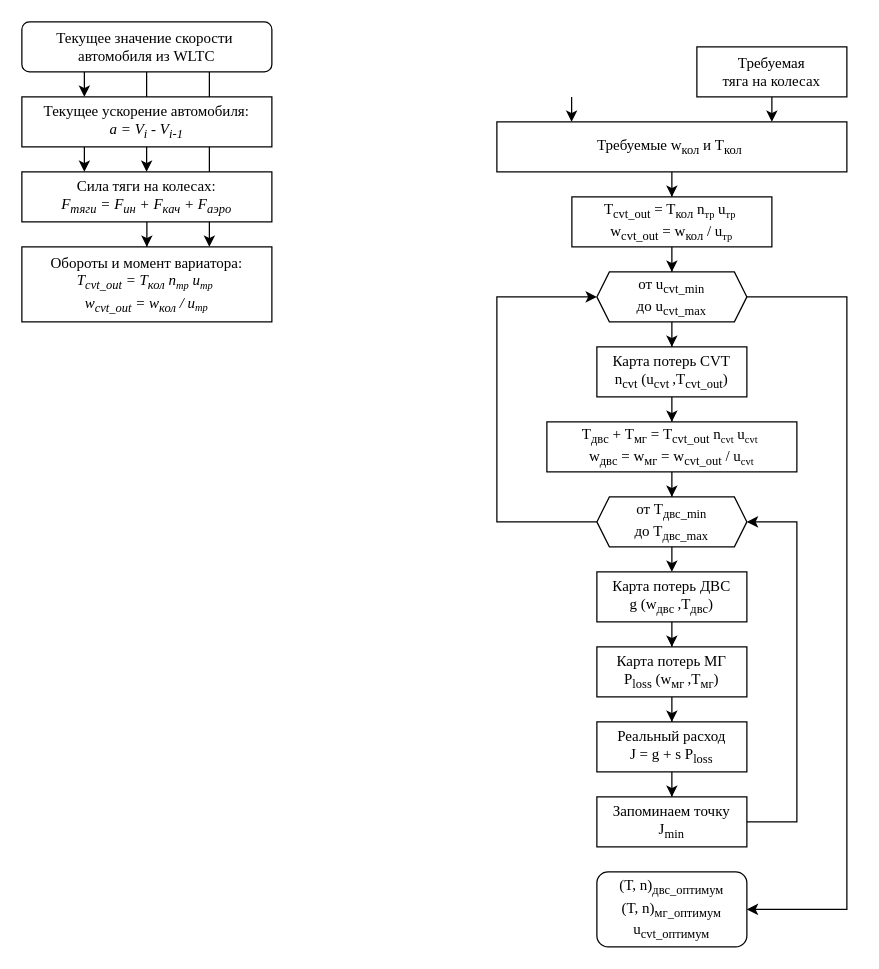
Before: page "Части" (3 of 3) of НИРС2/СКУМГ.drawio in IbrahimDzheby/Diplom, a draw.io diagram. Source tidied: cells renumbered, new cells numbered last; positions are measured from the earlier drawing's top-left corner, leaving out a move shared by most shapes. Both pictures are drawn from the tidied source at 125%, with x=0, y=0 at pixel (21, 21).
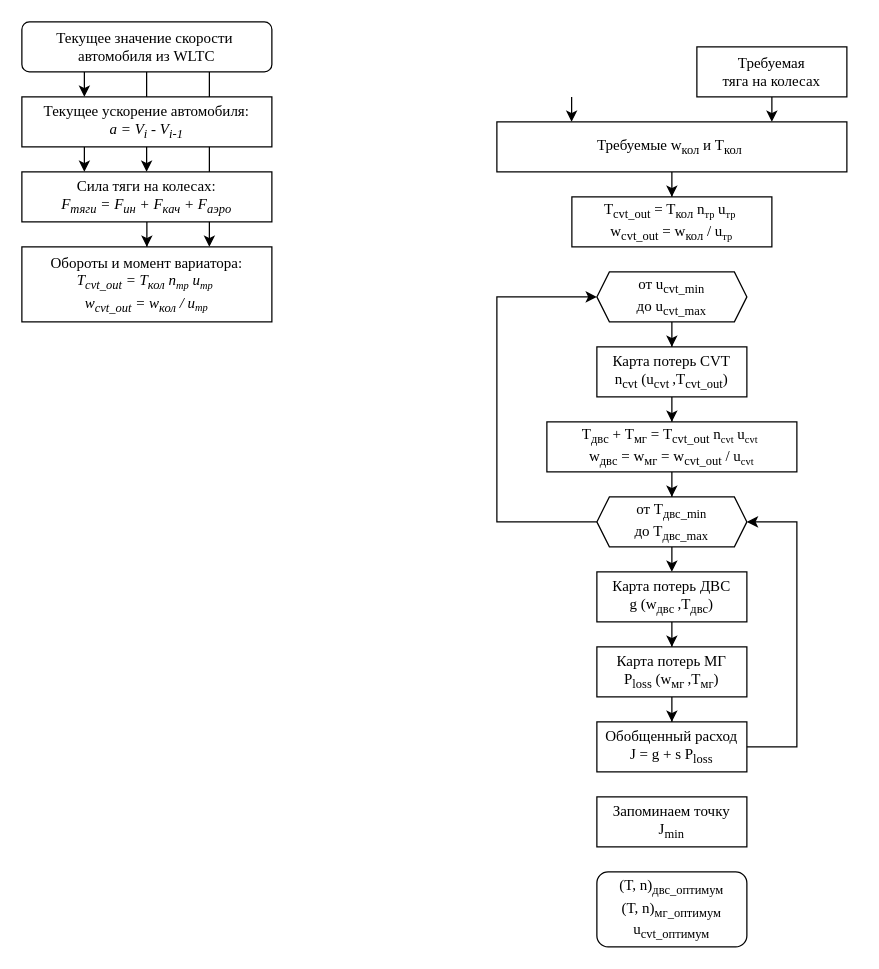
The same diagram, later.

Unchanged cells that the change refers to:
```xml
<mxCell id="13" value="T&lt;sub&gt;cvt_out&lt;/sub&gt;&amp;nbsp;= T&lt;sub&gt;кол&lt;/sub&gt;&amp;nbsp;n&lt;span style=&quot;font-size: 10px;&quot;&gt;&lt;sub&gt;тр&lt;/sub&gt;&lt;/span&gt;&amp;nbsp;u&lt;span style=&quot;font-size: 10px;&quot;&gt;&lt;sub&gt;тр&lt;/sub&gt;&amp;nbsp;&lt;/span&gt;&lt;div&gt;w&lt;sub&gt;cvt_out&lt;/sub&gt; = w&lt;sub&gt;кол&lt;/sub&gt;&amp;nbsp;/&amp;nbsp;&lt;span style=&quot;background-color: transparent; color: light-dark(rgb(0, 0, 0), rgb(255, 255, 255));&quot;&gt;u&lt;/span&gt;&lt;span style=&quot;background-color: transparent; color: light-dark(rgb(0, 0, 0), rgb(255, 255, 255)); font-size: 10px;&quot;&gt;&lt;sub&gt;тр&lt;/sub&gt;&lt;/span&gt;&lt;/div&gt;" style="rounded=0;whiteSpace=wrap;html=1;fontFamily=Times New Roman;" parent="1" vertex="1">
  <mxGeometry x="440" y="140" width="160" height="40" as="geometry" />
</mxCell>
<mxCell id="18" value="от u&lt;sub&gt;cvt_min&lt;/sub&gt;&lt;div&gt;до u&lt;sub&gt;cvt_max&lt;/sub&gt;&lt;br&gt;&lt;/div&gt;" style="shape=hexagon;perimeter=hexagonPerimeter2;whiteSpace=wrap;html=1;fixedSize=1;size=10;fontFamily=Times New Roman;" parent="1" vertex="1">
  <mxGeometry x="460" y="200" width="120" height="40" as="geometry" />
</mxCell>
<mxCell id="27" value="(T, n)&lt;sub&gt;двс_оптимум&lt;/sub&gt;&lt;div&gt;(T, n)&lt;sub&gt;мг_оптимум&lt;/sub&gt;&lt;/div&gt;&lt;div&gt;&lt;span style=&quot;background-color: transparent; color: light-dark(rgb(0, 0, 0), rgb(255, 255, 255));&quot;&gt;u&lt;/span&gt;&lt;sub style=&quot;background-color: transparent; color: light-dark(rgb(0, 0, 0), rgb(255, 255, 255));&quot;&gt;cvt_оптимум&lt;/sub&gt;&lt;/div&gt;" style="rounded=1;whiteSpace=wrap;html=1;fontSize=12;fontFamily=Times New Roman;" parent="1" vertex="1">
  <mxGeometry x="460" y="680" width="120" height="60" as="geometry" />
</mxCell>
<mxCell id="30" value="от T&lt;sub&gt;двс_min&lt;/sub&gt;&lt;div&gt;до T&lt;sub&gt;двс_max&lt;/sub&gt;&lt;br&gt;&lt;/div&gt;" style="shape=hexagon;perimeter=hexagonPerimeter2;whiteSpace=wrap;html=1;fixedSize=1;size=10;fontFamily=Times New Roman;" parent="1" vertex="1">
  <mxGeometry x="460" y="380" width="120" height="40" as="geometry" />
</mxCell>
<mxCell id="34" value="Запоминаем точку&lt;div&gt;J&lt;sub&gt;min&lt;/sub&gt;&lt;/div&gt;" style="rounded=0;whiteSpace=wrap;html=1;fontSize=12;fontFamily=Times New Roman;" parent="1" vertex="1">
  <mxGeometry x="460" y="620" width="120" height="40" as="geometry" />
</mxCell>
```

The edit, as a diff of the source:
```diff
@@
-    <mxCell id="12" style="edgeStyle=orthogonalEdgeStyle;rounded=0;jettySize=auto;html=1;fontFamily=Times New Roman;" parent="1" edge="1" source="13" target="18">
-      <mxGeometry relative="1" as="geometry" />
-    </mxCell>
@@
-    <mxCell id="17" style="edgeStyle=orthogonalEdgeStyle;rounded=0;jettySize=auto;html=1;exitX=1;exitY=0.5;exitDx=0;exitDy=0;entryX=1;entryY=0.5;entryDx=0;entryDy=0;fontFamily=Times New Roman;" parent="1" edge="1" source="18" target="27">
-      <mxGeometry relative="1" as="geometry">
-        <Array as="points">
-          <mxPoint x="660" y="220" />
-          <mxPoint x="660" y="710" />
-        </Array>
-      </mxGeometry>
-    </mxCell>
@@
-    <mxCell id="25" style="edgeStyle=orthogonalEdgeStyle;rounded=0;jettySize=auto;html=1;fontFamily=Times New Roman;" parent="1" edge="1" source="26" target="34">
-      <mxGeometry relative="1" as="geometry" />
-    </mxCell>
-    <mxCell id="26" value="Реальный расход&lt;div&gt;J = g + s&amp;nbsp;&lt;span style=&quot;background-color: transparent; color: light-dark(rgb(0, 0, 0), rgb(255, 255, 255));&quot;&gt;P&lt;/span&gt;&lt;sub style=&quot;background-color: transparent; color: light-dark(rgb(0, 0, 0), rgb(255, 255, 255));&quot;&gt;loss&lt;/sub&gt;&lt;/div&gt;" style="rounded=0;whiteSpace=wrap;html=1;fontSize=12;fontFamily=Times New Roman;" parent="1" vertex="1">
+    <mxCell id="26" value="Обобщенный расход&lt;div&gt;J = g + s&amp;nbsp;&lt;span style=&quot;background-color: transparent; color: light-dark(rgb(0, 0, 0), rgb(255, 255, 255));&quot;&gt;P&lt;/span&gt;&lt;sub style=&quot;background-color: transparent; color: light-dark(rgb(0, 0, 0), rgb(255, 255, 255));&quot;&gt;loss&lt;/sub&gt;&lt;/div&gt;" style="rounded=0;whiteSpace=wrap;html=1;fontSize=12;fontFamily=Times New Roman;" parent="1" vertex="1">
       <mxGeometry x="460" y="560" width="120" height="40" as="geometry" />
     </mxCell>
@@
-    <mxCell id="33" style="edgeStyle=orthogonalEdgeStyle;rounded=0;jettySize=auto;html=1;exitX=1;exitY=0.5;exitDx=0;exitDy=0;entryX=1;entryY=0.5;entryDx=0;entryDy=0;fontFamily=Times New Roman;" parent="1" edge="1" source="34" target="30">
+    <mxCell id="33" style="edgeStyle=orthogonalEdgeStyle;rounded=0;jettySize=auto;html=1;exitX=1;exitY=0.5;exitDx=0;exitDy=0;entryX=1;entryY=0.5;entryDx=0;entryDy=0;fontFamily=Times New Roman;" parent="1" edge="1" source="26" target="30">
       <mxGeometry relative="1" as="geometry">
         <Array as="points">
-          <mxPoint x="620" y="640" />
+          <mxPoint x="620" y="580" />
           <mxPoint x="620" y="400" />
         </Array>
       </mxGeometry>
     </mxCell>
```
